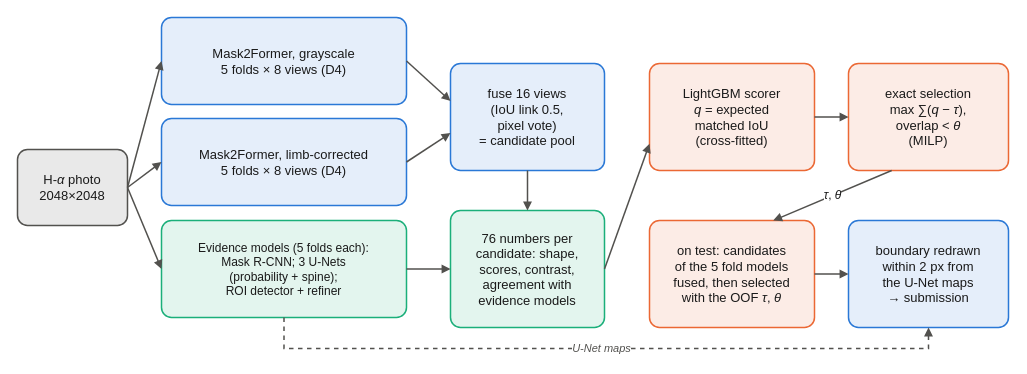
Before: report/figures/pipeline.drawio in Emualliug2705/kaggle_filament_2026, a draw.io diagram. Source tidied: cells renumbered, new cells numbered last; positions are measured from the earlier drawing's top-left corner, leaving out a move shared by most shapes. Both pictures are drawn from the tidied source at 100%, with x=0, y=0 at pixel (17, 17).
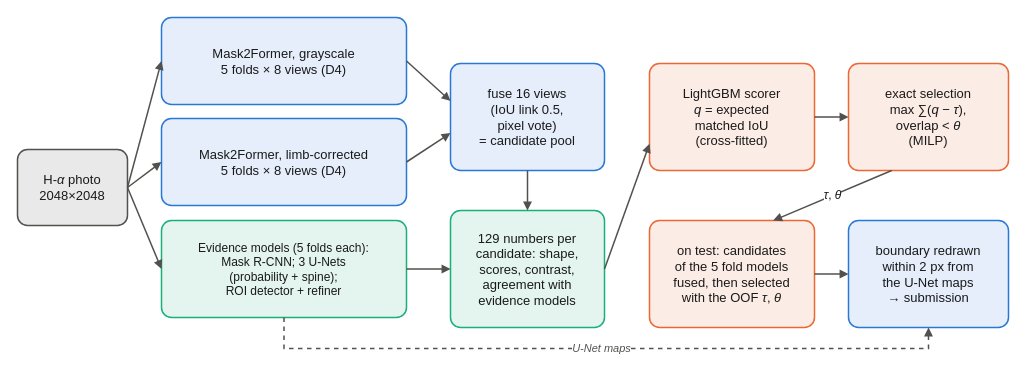
Above is the later version.

Diff of the diagram source:
```diff
@@
-    <mxCell id="7" value="76 numbers per&lt;br&gt;candidate: shape,&lt;br&gt;scores, contrast,&lt;br&gt;agreement with&lt;br&gt;evidence models" style="rounded=1;whiteSpace=wrap;html=1;absoluteArcSize=1;arcSize=20;fillColor=#e3f5ee;strokeColor=#1baf7a;strokeWidth=1.5;fontFamily=Helvetica;fontSize=13;fontColor=#1a1a1a;" parent="1" vertex="1">
+    <mxCell id="7" value="129 numbers per&lt;br&gt;candidate: shape,&lt;br&gt;scores, contrast,&lt;br&gt;agreement with&lt;br&gt;evidence models" style="rounded=1;whiteSpace=wrap;html=1;absoluteArcSize=1;arcSize=20;fillColor=#e3f5ee;strokeColor=#1baf7a;strokeWidth=1.5;fontFamily=Helvetica;fontSize=13;fontColor=#1a1a1a;" parent="1" vertex="1">
       <mxGeometry x="433" y="193" width="154" height="117" as="geometry" />
     </mxCell>
```
